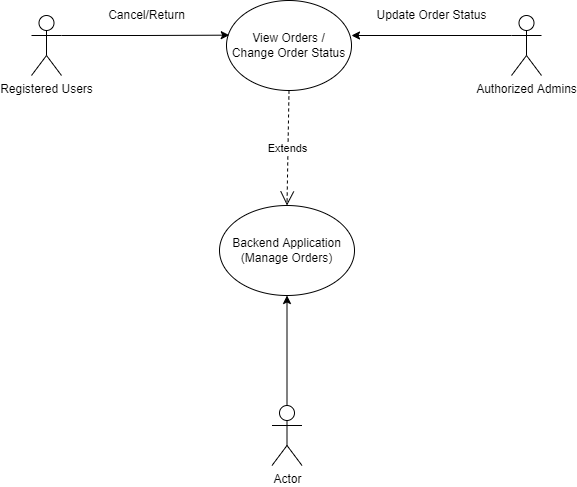
Before: Use case diagram/Manage orders.png, a diagram exported from draw.io (mohitleo03/Software-Engineering-Project-Management). Source tidied: cells renumbered, new cells last; positions are measured from the earlier drawing's top-left corner, leaving out a move shared by most shapes.
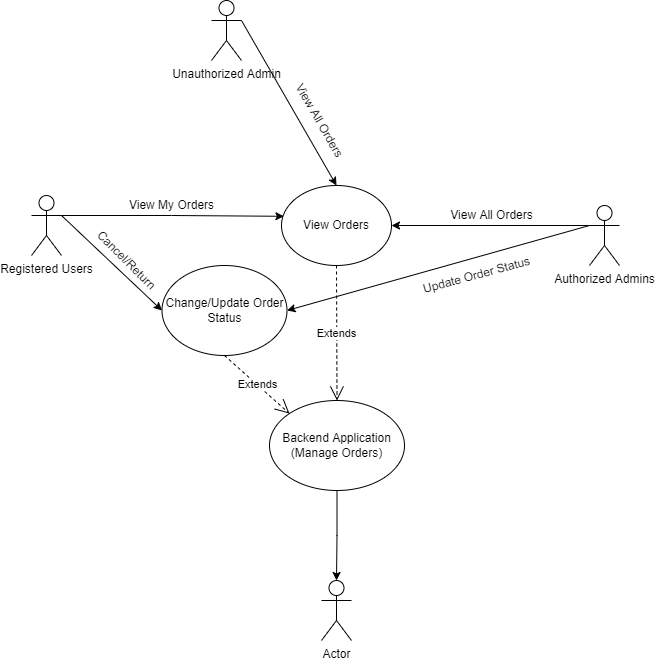
Above is the later version.

What changed in the source:
```diff
@@ -2,40 +2,65 @@
   <root>
     <mxCell id="0" />
     <mxCell id="1" parent="0" />
-    <mxCell id="2" value="View Orders /&lt;br&gt;Change Order Status" style="ellipse;whiteSpace=wrap;html=1;" parent="1" vertex="1">
-      <mxGeometry x="195" width="125" height="90" as="geometry" />
+    <mxCell id="2" value="View Orders" style="ellipse;whiteSpace=wrap;html=1;" parent="1" vertex="1">
+      <mxGeometry x="160" y="160" width="110" height="80" as="geometry" />
     </mxCell>
     <mxCell id="3" value="Backend Application&lt;br&gt;(Manage Orders)" style="ellipse;whiteSpace=wrap;html=1;" parent="1" vertex="1">
-      <mxGeometry x="188" y="205" width="135" height="90" as="geometry" />
+      <mxGeometry x="148" y="375" width="135" height="90" as="geometry" />
     </mxCell>
     <mxCell id="4" style="edgeStyle=orthogonalEdgeStyle;rounded=0;jettySize=auto;html=1;exitX=1;exitY=0.3333333333333333;exitDx=0;exitDy=0;exitPerimeter=0;entryX=0.022;entryY=0.385;entryDx=0;entryDy=0;entryPerimeter=0;" parent="1" edge="1" source="5" target="2">
       <mxGeometry relative="1" as="geometry" />
     </mxCell>
     <mxCell id="5" value="Registered Users" style="shape=umlActor;verticalLabelPosition=bottom;verticalAlign=top;html=1;outlineConnect=0;" parent="1" vertex="1">
-      <mxGeometry y="15" width="30" height="60" as="geometry" />
+      <mxGeometry x="-90" y="170" width="30" height="60" as="geometry" />
     </mxCell>
-    <mxCell id="6" style="edgeStyle=orthogonalEdgeStyle;rounded=0;jettySize=auto;html=1;exitX=0;exitY=0.3333333333333333;exitDx=0;exitDy=0;exitPerimeter=0;" parent="1" edge="1" source="7">
-      <mxGeometry relative="1" as="geometry">
-        <mxPoint x="320" y="35" as="targetPoint" />
-      </mxGeometry>
+    <mxCell id="6" style="edgeStyle=orthogonalEdgeStyle;rounded=0;jettySize=auto;html=1;exitX=0;exitY=0.3333333333333333;exitDx=0;exitDy=0;exitPerimeter=0;entryX=1;entryY=0.5;entryDx=0;entryDy=0;" parent="1" edge="1" source="7" target="2">
+      <mxGeometry relative="1" as="geometry" />
     </mxCell>
     <mxCell id="7" value="Authorized Admins" style="shape=umlActor;verticalLabelPosition=bottom;verticalAlign=top;html=1;outlineConnect=0;" parent="1" vertex="1">
-      <mxGeometry x="480" y="15" width="30" height="60" as="geometry" />
+      <mxGeometry x="468" y="180" width="30" height="60" as="geometry" />
     </mxCell>
-    <mxCell id="8" style="edgeStyle=orthogonalEdgeStyle;rounded=0;jettySize=auto;html=1;exitX=0.5;exitY=0;exitDx=0;exitDy=0;exitPerimeter=0;entryX=0.5;entryY=1;entryDx=0;entryDy=0;" parent="1" edge="1" source="9" target="3">
+    <mxCell id="8" style="edgeStyle=orthogonalEdgeStyle;rounded=0;jettySize=auto;html=1;entryX=0.5;entryY=0;entryDx=0;entryDy=0;entryPerimeter=0;exitX=0.5;exitY=1;exitDx=0;exitDy=0;" parent="1" edge="1" source="3" target="9">
       <mxGeometry relative="1" as="geometry" />
     </mxCell>
     <mxCell id="9" value="Actor" style="shape=umlActor;verticalLabelPosition=bottom;verticalAlign=top;html=1;outlineConnect=0;" parent="1" vertex="1">
-      <mxGeometry x="240.5" y="405" width="30" height="60" as="geometry" />
+      <mxGeometry x="200" y="555" width="30" height="60" as="geometry" />
     </mxCell>
-    <mxCell id="10" value="Cancel/Return" style="text;html=1;align=center;verticalAlign=middle;strokeColor=none;fillColor=none;" parent="1" vertex="1">
-      <mxGeometry x="70" y="5" width="90" height="20" as="geometry" />
+    <mxCell id="10" value="Cancel/Return" style="text;html=1;align=center;verticalAlign=middle;strokeColor=none;fillColor=none;rotation=45;" parent="1" vertex="1">
+      <mxGeometry x="-40" y="225" width="90" height="20" as="geometry" />
     </mxCell>
-    <mxCell id="11" value="Update Order Status" style="text;html=1;align=center;verticalAlign=middle;strokeColor=none;fillColor=none;" parent="1" vertex="1">
-      <mxGeometry x="335" y="5" width="130" height="20" as="geometry" />
+    <mxCell id="11" value="Update Order Status" style="text;html=1;align=center;verticalAlign=middle;strokeColor=none;fillColor=none;rotation=-15;" parent="1" vertex="1">
+      <mxGeometry x="290" y="240" width="130" height="20" as="geometry" />
     </mxCell>
     <mxCell id="12" value="Extends" style="endArrow=open;endSize=12;dashed=1;html=1;rounded=0;exitX=0.5;exitY=1;exitDx=0;exitDy=0;entryX=0.5;entryY=0;entryDx=0;entryDy=0;" parent="1" edge="1" source="2" target="3">
       <mxGeometry relative="1" as="geometry" />
     </mxCell>
+    <mxCell id="13" value="Change/Update Order Status" style="ellipse;whiteSpace=wrap;html=1;" parent="1" vertex="1">
+      <mxGeometry x="40.5" y="240" width="125" height="90" as="geometry" />
+    </mxCell>
+    <mxCell id="14" value="Unauthorized Admin" style="shape=umlActor;verticalLabelPosition=bottom;verticalAlign=top;html=1;outlineConnect=0;" parent="1" vertex="1">
+      <mxGeometry x="90" y="-25" width="30" height="60" as="geometry" />
+    </mxCell>
+    <mxCell id="15" style="endArrow=classic;html=1;rounded=0;exitX=1;exitY=0.3333333333333333;exitDx=0;exitDy=0;exitPerimeter=0;entryX=0.5;entryY=0;entryDx=0;entryDy=0;" parent="1" edge="1" source="14" target="2">
+      <mxGeometry relative="1" as="geometry" />
+    </mxCell>
+    <mxCell id="16" style="endArrow=classic;html=1;rounded=0;exitX=1;exitY=0.3333333333333333;exitDx=0;exitDy=0;exitPerimeter=0;entryX=0;entryY=0.5;entryDx=0;entryDy=0;" parent="1" edge="1" source="5" target="13">
+      <mxGeometry relative="1" as="geometry" />
+    </mxCell>
+    <mxCell id="17" style="endArrow=classic;html=1;rounded=0;exitX=0;exitY=0.3333333333333333;exitDx=0;exitDy=0;exitPerimeter=0;entryX=1;entryY=0.5;entryDx=0;entryDy=0;" parent="1" edge="1" source="7" target="13">
+      <mxGeometry relative="1" as="geometry" />
+    </mxCell>
+    <mxCell id="18" value="Extends" style="endArrow=open;endSize=12;dashed=1;html=1;rounded=0;exitX=0.5;exitY=1;exitDx=0;exitDy=0;entryX=0;entryY=0;entryDx=0;entryDy=0;" parent="1" edge="1" source="13" target="3">
+      <mxGeometry relative="1" as="geometry" />
+    </mxCell>
+    <mxCell id="19" value="View My Orders" style="text;html=1;align=center;verticalAlign=middle;strokeColor=none;fillColor=none;" parent="1" vertex="1">
+      <mxGeometry y="170" width="100" height="20" as="geometry" />
+    </mxCell>
+    <mxCell id="20" value="View All Orders" style="text;html=1;align=center;verticalAlign=middle;strokeColor=none;fillColor=none;" parent="1" vertex="1">
+      <mxGeometry x="320" y="180" width="100" height="20" as="geometry" />
+    </mxCell>
+    <mxCell id="21" value="View All Orders" style="text;html=1;align=center;verticalAlign=middle;strokeColor=none;fillColor=none;rotation=60;" parent="1" vertex="1">
+      <mxGeometry x="148" y="85" width="100" height="20" as="geometry" />
+    </mxCell>
   </root>
 </mxGraphModel>
```
